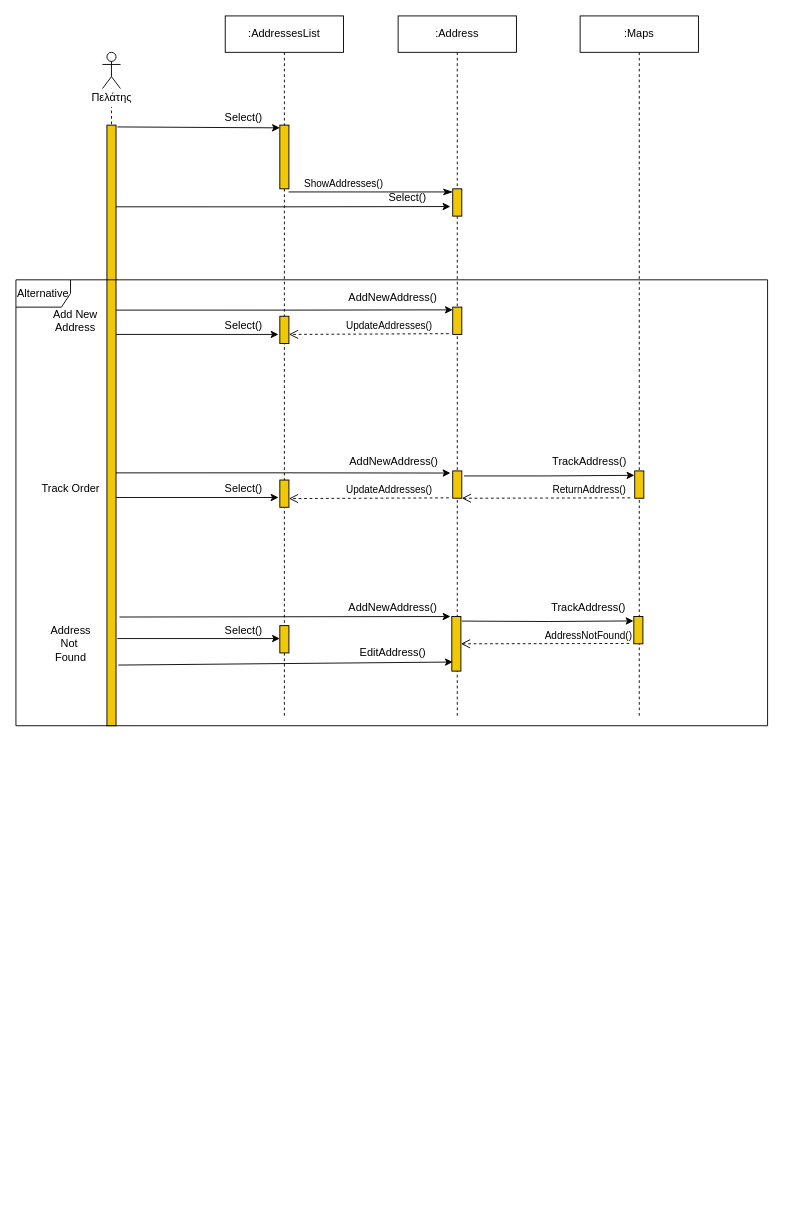
iloudaros/nomnomr keeps this draw.io diagram as docs/contributions/AthanasiaZ/Writing-Charts/Phase4/sequence_select_address.drawio. Above is the earlier version. Source tidied: cells renumbered, new cells numbered last; positions are measured from the earlier drawing's top-left corner, leaving out a move shared by most shapes. Both pictures are drawn from the tidied source at 91%, with x=0, y=0 at pixel (15, 15).
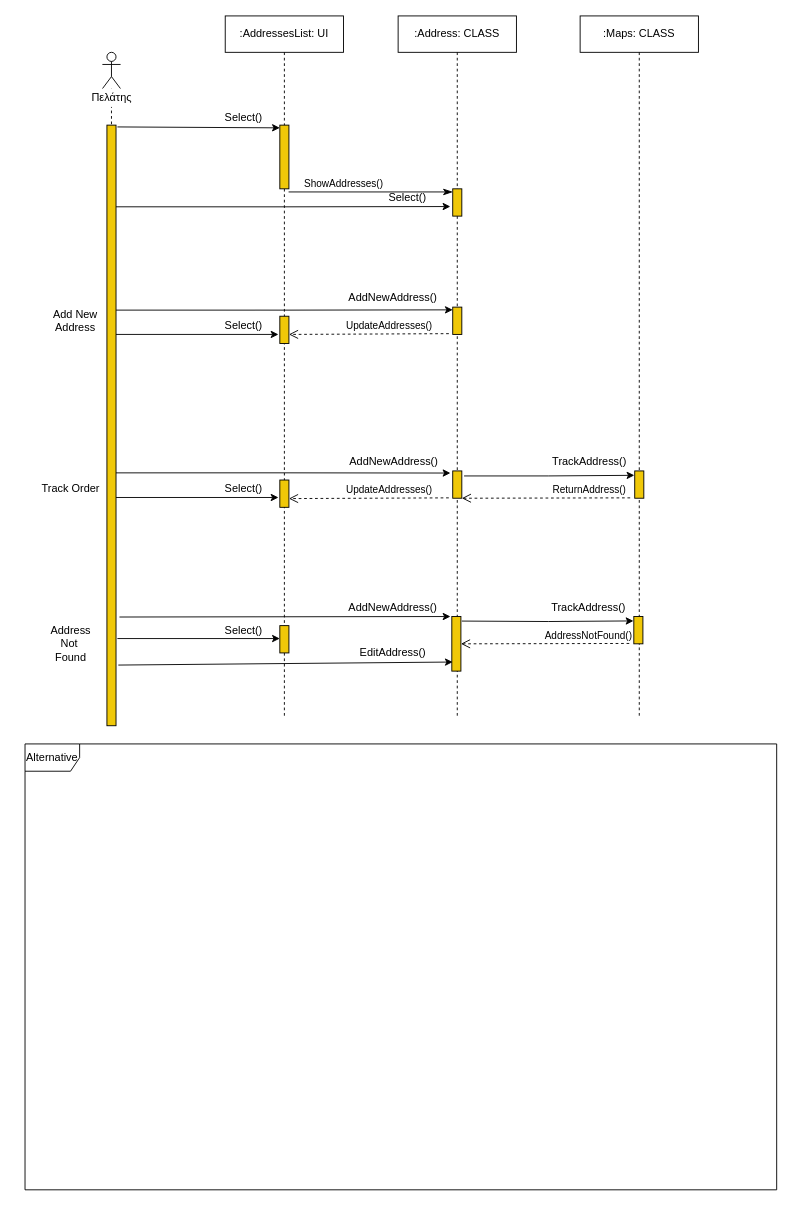
Above is the later version.

Diff of the diagram source:
```diff
@@
-    <mxCell id="6" value=":AddressesList" style="shape=umlLifeline;perimeter=lifelinePerimeter;whiteSpace=wrap;html=1;strokeColor=default;fillColor=none;" parent="1" vertex="1">
+    <mxCell id="6" value=":AddressesList: UI" style="shape=umlLifeline;perimeter=lifelinePerimeter;whiteSpace=wrap;html=1;strokeColor=default;fillColor=none;" parent="1" vertex="1">
       <mxGeometry x="230" width="130" height="770" as="geometry" />
     </mxCell>
@@
-    <mxCell id="17" value=":Maps" style="shape=umlLifeline;perimeter=lifelinePerimeter;whiteSpace=wrap;html=1;strokeColor=default;fillColor=none;" parent="1" vertex="1">
+    <mxCell id="17" value=":Maps: CLASS" style="shape=umlLifeline;perimeter=lifelinePerimeter;whiteSpace=wrap;html=1;strokeColor=default;fillColor=none;" parent="1" vertex="1">
       <mxGeometry x="620" width="130" height="770" as="geometry" />
     </mxCell>
@@
-    <mxCell id="19" value=":Address" style="shape=umlLifeline;perimeter=lifelinePerimeter;whiteSpace=wrap;html=1;strokeColor=default;fillColor=none;" parent="1" vertex="1">
+    <mxCell id="19" value=":Address: CLASS" style="shape=umlLifeline;perimeter=lifelinePerimeter;whiteSpace=wrap;html=1;strokeColor=default;fillColor=none;" parent="1" vertex="1">
       <mxGeometry x="420" width="130" height="770" as="geometry" />
     </mxCell>
@@
     <mxCell id="48" value="Alternative" style="shape=umlFrame;whiteSpace=wrap;html=1;rounded=0;labelBackgroundColor=none;labelBorderColor=none;fontColor=default;fillColor=none;gradientColor=none;" parent="1" vertex="1">
-      <mxGeometry y="290" width="826" height="490" as="geometry" />
+      <mxGeometry x="10" y="800" width="826" height="490" as="geometry" />
     </mxCell>
```
